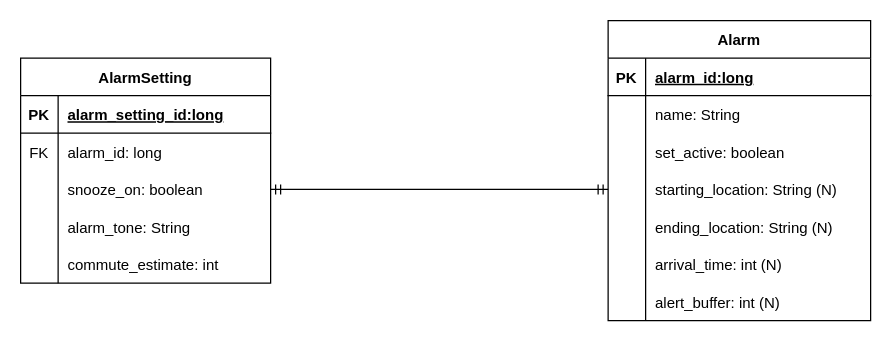
pcutter1/true-alarm keeps this draw.io diagram as docs/true-alarm-erd.drawio. Above is the earlier version. Source tidied: cells renumbered, new cells numbered last; positions are measured from the earlier drawing's top-left corner, leaving out a move shared by most shapes. Both pictures are drawn from the tidied source at 125%, with x=0, y=0 at pixel (20, 20).
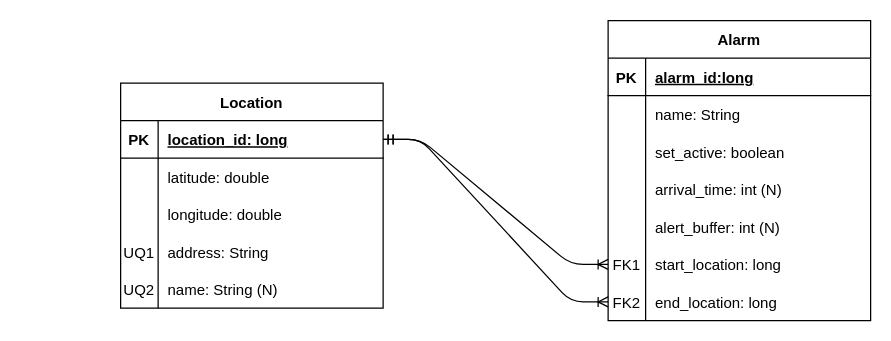
After the change.

Commit message (it also covers changes not shown here):
Edited Alarm and Location entities, began Daos

The change refers to these unchanged cells:
```xml
<mxCell id="3" value="Alarm" style="shape=table;startSize=30;childLayout=tableLayout;rowLines=0;fontStyle=1;align=center;" parent="1" vertex="1">
  <mxGeometry x="470" width="210" height="240" as="geometry" />
</mxCell>
```

What changed in the source:
```diff
@@
-    <mxCell id="2" style="edgeStyle=entityRelationEdgeStyle;fontSize=12;html=1;endArrow=ERmandOne;startArrow=ERmandOne;entryX=0;entryY=0.5;entryDx=0;entryDy=0;exitX=1;exitY=0.5;exitDx=0;exitDy=0;" parent="1" edge="1" source="32" target="13">
-      <mxGeometry relative="1" as="geometry" />
-    </mxCell>
@@
-    <mxCell id="13" style="shape=partialRectangle;fillColor=none;top=0;left=0;bottom=0;right=0;points=[[0,0.5],[1,0.5]];portConstraint=eastwest;" parent="3" vertex="1">
-      <mxGeometry y="120" width="210" height="30" as="geometry" />
-    </mxCell>
-    <mxCell id="14" style="shape=partialRectangle;fillColor=none;top=0;left=0;bottom=0;right=0;overflow=hidden;" parent="13" vertex="1">
-      <mxGeometry width="30" height="30" as="geometry" />
-    </mxCell>
-    <mxCell id="15" value="starting_location: String (N)" style="shape=partialRectangle;fillColor=none;top=0;left=0;bottom=0;right=0;align=left;spacingLeft=6;overflow=hidden;" parent="13" vertex="1">
-      <mxGeometry x="30" width="180" height="30" as="geometry" />
-    </mxCell>
-    <mxCell id="16" style="shape=partialRectangle;fillColor=none;top=0;left=0;bottom=0;right=0;" parent="3" vertex="1">
-      <mxGeometry y="150" width="210" height="30" as="geometry" />
-    </mxCell>
-    <mxCell id="17" style="shape=partialRectangle;fillColor=none;top=0;left=0;bottom=0;right=0;overflow=hidden;" parent="16" vertex="1">
-      <mxGeometry width="30" height="30" as="geometry" />
-    </mxCell>
-    <mxCell id="18" value="ending_location: String (N)" style="shape=partialRectangle;fillColor=none;top=0;left=0;bottom=0;right=0;align=left;spacingLeft=6;overflow=hidden;" parent="16" vertex="1">
-      <mxGeometry x="30" width="180" height="30" as="geometry" />
-    </mxCell>
     <mxCell id="19" style="shape=partialRectangle;fillColor=none;top=0;left=0;bottom=0;right=0;" parent="3" vertex="1">
-      <mxGeometry y="180" width="210" height="30" as="geometry" />
+      <mxGeometry y="120" width="210" height="30" as="geometry" />
     </mxCell>
@@
     <mxCell id="22" style="shape=partialRectangle;fillColor=none;top=0;left=0;bottom=0;right=0;" parent="3" vertex="1">
-      <mxGeometry y="210" width="210" height="30" as="geometry" />
+      <mxGeometry y="150" width="210" height="30" as="geometry" />
     </mxCell>
@@
-    <mxCell id="25" value="AlarmSetting" style="shape=table;startSize=30;childLayout=tableLayout;rowLines=0;fontStyle=1;align=center;" parent="1" vertex="1">
-      <mxGeometry y="30" width="200" height="180" as="geometry" />
-    </mxCell>
-    <mxCell id="26" style="shape=partialRectangle;fillColor=none;top=0;left=0;bottom=1;right=0;" parent="25" vertex="1">
-      <mxGeometry y="30" width="200" height="30" as="geometry" />
-    </mxCell>
+    <mxCell id="41" style="shape=partialRectangle;fillColor=none;top=0;left=0;bottom=0;right=0;points=[[0,0.5],[1,0.5]];portConstraint=eastwest;" parent="3" vertex="1">
+      <mxGeometry y="180" width="210" height="30" as="geometry" />
+    </mxCell>
+    <mxCell id="42" value="FK1" style="shape=partialRectangle;fillColor=none;top=0;left=0;bottom=0;right=0;overflow=hidden;" parent="41" vertex="1">
+      <mxGeometry width="30" height="30" as="geometry" />
+    </mxCell>
+    <mxCell id="43" value="start_location: long" style="shape=partialRectangle;fillColor=none;top=0;left=0;bottom=0;right=0;align=left;spacingLeft=6;overflow=hidden;" parent="41" vertex="1">
+      <mxGeometry x="30" width="180" height="30" as="geometry" />
+    </mxCell>
+    <mxCell id="44" style="shape=partialRectangle;fillColor=none;top=0;left=0;bottom=0;right=0;points=[[0,0.5],[1,0.5]];portConstraint=eastwest;" parent="3" vertex="1">
+      <mxGeometry y="210" width="210" height="30" as="geometry" />
+    </mxCell>
+    <mxCell id="45" value="FK2" style="shape=partialRectangle;fillColor=none;top=0;left=0;bottom=0;right=0;overflow=hidden;" parent="44" vertex="1">
+      <mxGeometry width="30" height="30" as="geometry" />
+    </mxCell>
+    <mxCell id="46" value="end_location: long" style="shape=partialRectangle;fillColor=none;top=0;left=0;bottom=0;right=0;align=left;spacingLeft=6;overflow=hidden;" parent="44" vertex="1">
+      <mxGeometry x="30" width="180" height="30" as="geometry" />
+    </mxCell>
+    <mxCell id="47" value="Location" style="shape=table;startSize=30;childLayout=tableLayout;rowLines=0;fontStyle=1;align=center;" parent="1" vertex="1">
+      <mxGeometry x="80" y="50" width="210" height="180" as="geometry" />
+    </mxCell>
+    <mxCell id="48" style="shape=partialRectangle;fillColor=none;top=0;left=0;bottom=1;right=0;points=[[0,0.5],[1,0.5]];portConstraint=eastwest;" parent="47" vertex="1">
+      <mxGeometry y="30" width="210" height="30" as="geometry" />
+    </mxCell>
-    <mxCell id="27" value="PK" style="shape=partialRectangle;fillColor=none;top=0;left=0;bottom=0;right=0;fontStyle=1;overflow=hidden;" parent="26" vertex="1">
+    <mxCell id="27" value="PK" style="shape=partialRectangle;fillColor=none;top=0;left=0;bottom=0;right=0;fontStyle=1;overflow=hidden;" parent="48" vertex="1">
       <mxGeometry width="30" height="30" as="geometry" />
     </mxCell>
-    <mxCell id="28" value="alarm_setting_id:long" style="shape=partialRectangle;fillColor=none;top=0;left=0;bottom=0;right=0;align=left;spacingLeft=6;fontStyle=5;overflow=hidden;" parent="26" vertex="1">
-      <mxGeometry x="30" width="170" height="30" as="geometry" />
-    </mxCell>
-    <mxCell id="29" style="shape=partialRectangle;fillColor=none;top=0;left=0;bottom=0;right=0;" parent="25" vertex="1">
-      <mxGeometry y="60" width="200" height="30" as="geometry" />
-    </mxCell>
-    <mxCell id="30" value="FK" style="shape=partialRectangle;fillColor=none;top=0;left=0;bottom=0;right=0;overflow=hidden;" parent="29" vertex="1">
-      <mxGeometry width="30" height="30" as="geometry" />
-    </mxCell>
-    <mxCell id="31" value="alarm_id: long" style="shape=partialRectangle;fillColor=none;top=0;left=0;bottom=0;right=0;align=left;spacingLeft=6;overflow=hidden;" parent="29" vertex="1">
-      <mxGeometry x="30" width="170" height="30" as="geometry" />
-    </mxCell>
-    <mxCell id="32" style="shape=partialRectangle;fillColor=none;top=0;left=0;bottom=0;right=0;points=[[0,0.5],[1,0.5]];portConstraint=eastwest;" parent="25" vertex="1">
-      <mxGeometry y="90" width="200" height="30" as="geometry" />
-    </mxCell>
-    <mxCell id="33" style="shape=partialRectangle;fillColor=none;top=0;left=0;bottom=0;right=0;overflow=hidden;" parent="32" vertex="1">
-      <mxGeometry width="30" height="30" as="geometry" />
-    </mxCell>
-    <mxCell id="34" value="snooze_on: boolean" style="shape=partialRectangle;fillColor=none;top=0;left=0;bottom=0;right=0;align=left;spacingLeft=6;overflow=hidden;" parent="32" vertex="1">
-      <mxGeometry x="30" width="170" height="30" as="geometry" />
-    </mxCell>
-    <mxCell id="35" style="shape=partialRectangle;fillColor=none;top=0;left=0;bottom=0;right=0;" parent="25" vertex="1">
-      <mxGeometry y="120" width="200" height="30" as="geometry" />
-    </mxCell>
-    <mxCell id="36" style="shape=partialRectangle;fillColor=none;top=0;left=0;bottom=0;right=0;overflow=hidden;" parent="35" vertex="1">
-      <mxGeometry width="30" height="30" as="geometry" />
-    </mxCell>
-    <mxCell id="37" value="alarm_tone: String" style="shape=partialRectangle;fillColor=none;top=0;left=0;bottom=0;right=0;align=left;spacingLeft=6;overflow=hidden;" parent="35" vertex="1">
-      <mxGeometry x="30" width="170" height="30" as="geometry" />
-    </mxCell>
-    <mxCell id="38" style="shape=partialRectangle;fillColor=none;top=0;left=0;bottom=0;right=0;" parent="25" vertex="1">
-      <mxGeometry y="150" width="200" height="30" as="geometry" />
-    </mxCell>
-    <mxCell id="39" style="shape=partialRectangle;fillColor=none;top=0;left=0;bottom=0;right=0;overflow=hidden;" parent="38" vertex="1">
-      <mxGeometry width="30" height="30" as="geometry" />
-    </mxCell>
-    <mxCell id="40" value="commute_estimate: int" style="shape=partialRectangle;fillColor=none;top=0;left=0;bottom=0;right=0;align=left;spacingLeft=6;overflow=hidden;" parent="38" vertex="1">
-      <mxGeometry x="30" width="170" height="30" as="geometry" />
-    </mxCell>
+    <mxCell id="49" value="location_id: long" style="shape=partialRectangle;fillColor=none;top=0;left=0;bottom=0;right=0;align=left;spacingLeft=6;fontStyle=5;overflow=hidden;" parent="48" vertex="1">
+      <mxGeometry x="30" width="180" height="30" as="geometry" />
+    </mxCell>
+    <mxCell id="50" style="shape=partialRectangle;fillColor=none;top=0;left=0;bottom=0;right=0;" parent="47" vertex="1">
+      <mxGeometry y="60" width="210" height="30" as="geometry" />
+    </mxCell>
+    <mxCell id="51" style="shape=partialRectangle;fillColor=none;top=0;left=0;bottom=0;right=0;overflow=hidden;" parent="50" vertex="1">
+      <mxGeometry width="30" height="30" as="geometry" />
+    </mxCell>
+    <mxCell id="52" value="latitude: double" style="shape=partialRectangle;fillColor=none;top=0;left=0;bottom=0;right=0;align=left;spacingLeft=6;overflow=hidden;" parent="50" vertex="1">
+      <mxGeometry x="30" width="180" height="30" as="geometry" />
+    </mxCell>
+    <mxCell id="53" style="shape=partialRectangle;fillColor=none;top=0;left=0;bottom=0;right=0;" parent="47" vertex="1">
+      <mxGeometry y="90" width="210" height="30" as="geometry" />
+    </mxCell>
+    <mxCell id="54" style="shape=partialRectangle;fillColor=none;top=0;left=0;bottom=0;right=0;overflow=hidden;" parent="53" vertex="1">
+      <mxGeometry width="30" height="30" as="geometry" />
+    </mxCell>
+    <mxCell id="55" value="longitude: double" style="shape=partialRectangle;fillColor=none;top=0;left=0;bottom=0;right=0;align=left;spacingLeft=6;overflow=hidden;" parent="53" vertex="1">
+      <mxGeometry x="30" width="180" height="30" as="geometry" />
+    </mxCell>
+    <mxCell id="13" style="shape=partialRectangle;fillColor=none;top=0;left=0;bottom=0;right=0;points=[[0,0.5],[1,0.5]];portConstraint=eastwest;" parent="47" vertex="1">
+      <mxGeometry y="120" width="210" height="30" as="geometry" />
+    </mxCell>
+    <mxCell id="56" value="UQ1" style="shape=partialRectangle;fillColor=none;top=0;left=0;bottom=0;right=0;overflow=hidden;" parent="13" vertex="1">
+      <mxGeometry width="30" height="30" as="geometry" />
+    </mxCell>
+    <mxCell id="57" value="address: String" style="shape=partialRectangle;fillColor=none;top=0;left=0;bottom=0;right=0;align=left;spacingLeft=6;overflow=hidden;" parent="13" vertex="1">
+      <mxGeometry x="30" width="180" height="30" as="geometry" />
+    </mxCell>
+    <mxCell id="16" style="shape=partialRectangle;fillColor=none;top=0;left=0;bottom=0;right=0;" parent="47" vertex="1">
+      <mxGeometry y="150" width="210" height="30" as="geometry" />
+    </mxCell>
+    <mxCell id="58" value="UQ2" style="shape=partialRectangle;fillColor=none;top=0;left=0;bottom=0;right=0;overflow=hidden;" parent="16" vertex="1">
+      <mxGeometry width="30" height="30" as="geometry" />
+    </mxCell>
+    <mxCell id="59" value="name: String (N)" style="shape=partialRectangle;fillColor=none;top=0;left=0;bottom=0;right=0;align=left;spacingLeft=6;overflow=hidden;" parent="16" vertex="1">
+      <mxGeometry x="30" width="180" height="30" as="geometry" />
+    </mxCell>
+    <mxCell id="60" style="edgeStyle=entityRelationEdgeStyle;fontSize=12;html=1;endArrow=ERoneToMany;startArrow=ERmandOne;entryX=0;entryY=0.5;entryDx=0;entryDy=0;startFill=0;exitX=1;exitY=0.5;exitDx=0;exitDy=0;" parent="1" edge="1" source="48" target="41">
+      <mxGeometry relative="1" as="geometry" />
+    </mxCell>
+    <mxCell id="61" style="edgeStyle=entityRelationEdgeStyle;fontSize=12;html=1;endArrow=ERoneToMany;startArrow=ERmandOne;startFill=0;exitX=1;exitY=0.5;exitDx=0;exitDy=0;" parent="1" edge="1" source="48" target="44">
+      <mxGeometry relative="1" as="geometry" />
+    </mxCell>
```
